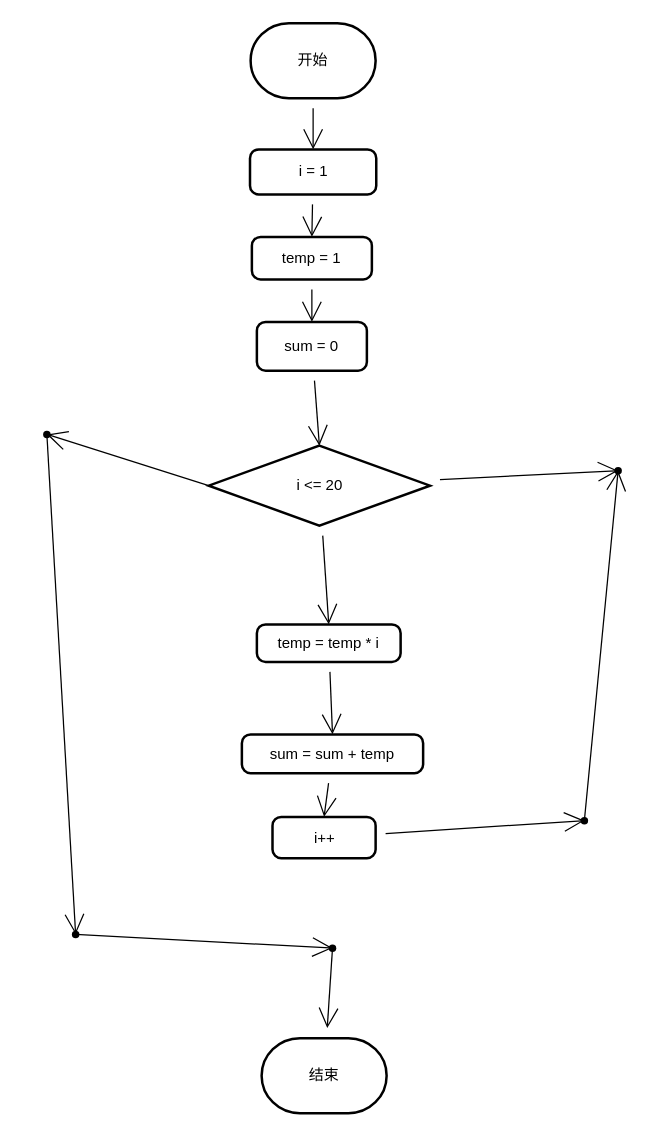
The draw.io diagram 未命名绘图.drawio.xml in SunRt233/MCSM, before the edit. Source tidied: cells renumbered, new cells numbered last; positions are measured from the earlier drawing's top-left corner, leaving out a move shared by most shapes. Both pictures are drawn from the tidied source at 125%, with x=0, y=0 at pixel (21, 22).
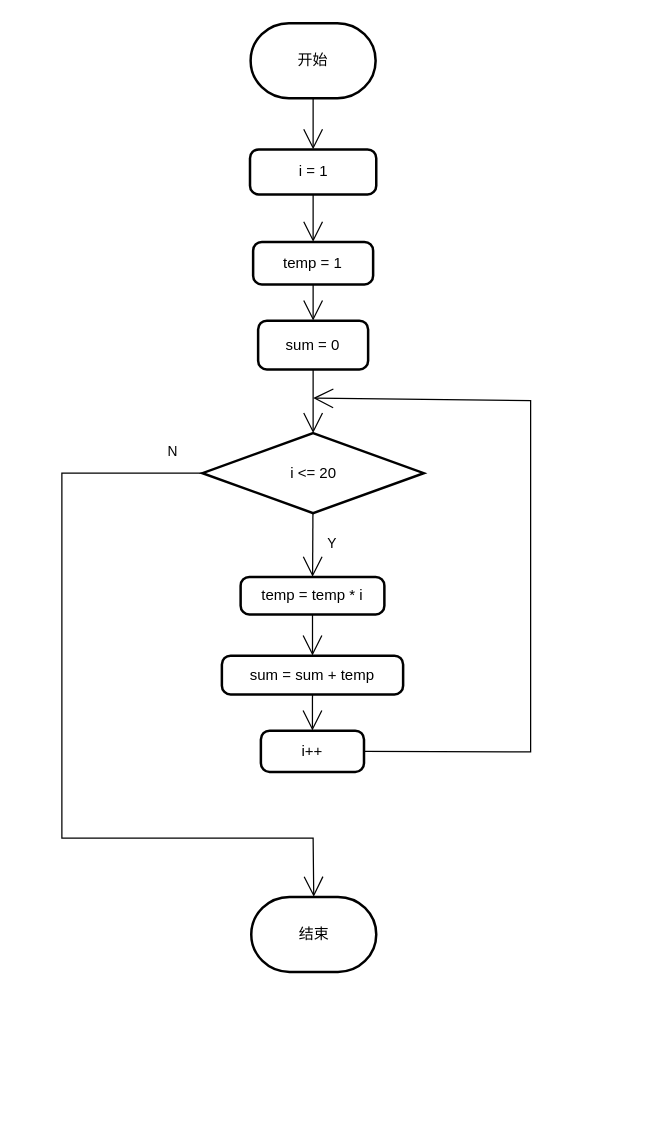
After the change.

Commit message:
更新未命名绘图.drawio.xml

The change refers to these unchanged cells:
```xml
<mxCell id="3" value="开始" style="strokeWidth=2;html=1;shape=mxgraph.flowchart.terminator;whiteSpace=wrap;hachureGap=4;" parent="1" vertex="1">
  <mxGeometry x="183" width="100" height="60" as="geometry" />
</mxCell>
<mxCell id="6" value="i = 1" style="rounded=1;whiteSpace=wrap;html=1;absoluteArcSize=1;arcSize=14;strokeWidth=2;hachureGap=4;" parent="1" vertex="1">
  <mxGeometry x="182.5" y="101" width="101" height="36" as="geometry" />
</mxCell>
```

Diff of the diagram source:
```diff
@@
-    <mxCell id="2" style="edgeStyle=none;curved=1;rounded=0;jettySize=auto;html=1;entryX=0.5;entryY=0;entryDx=0;entryDy=0;endArrow=open;startSize=14;endSize=14;sourcePerimeterSpacing=8;targetPerimeterSpacing=8;" parent="1" edge="1" source="3" target="6">
+    <mxCell id="2" style="edgeStyle=none;rounded=0;jettySize=auto;html=1;entryX=0.5;entryY=0;entryDx=0;entryDy=0;endArrow=open;startSize=14;endSize=14;sourcePerimeterSpacing=0;targetPerimeterSpacing=0;" parent="1" edge="1" source="3" target="6">
       <mxGeometry relative="1" as="geometry" />
     </mxCell>
@@
     <mxCell id="4" value="结束" style="strokeWidth=2;html=1;shape=mxgraph.flowchart.terminator;whiteSpace=wrap;hachureGap=4;" parent="1" vertex="1">
-      <mxGeometry x="191.8" y="812" width="100" height="60" as="geometry" />
+      <mxGeometry x="183.5" y="699" width="100" height="60" as="geometry" />
     </mxCell>
-    <mxCell id="5" style="edgeStyle=none;curved=1;rounded=0;jettySize=auto;html=1;entryX=0.5;entryY=0;entryDx=0;entryDy=0;endArrow=open;startSize=14;endSize=14;sourcePerimeterSpacing=8;targetPerimeterSpacing=8;" parent="1" edge="1" source="6" target="8">
+    <mxCell id="5" style="edgeStyle=none;rounded=0;jettySize=auto;html=1;entryX=0.5;entryY=0;entryDx=0;entryDy=0;endArrow=open;startSize=14;endSize=14;sourcePerimeterSpacing=0;targetPerimeterSpacing=0;" parent="1" edge="1" source="6" target="8">
       <mxGeometry relative="1" as="geometry" />
     </mxCell>
@@
-    <mxCell id="7" style="edgeStyle=none;curved=1;rounded=0;jettySize=auto;html=1;entryX=0.5;entryY=0;entryDx=0;entryDy=0;endArrow=open;startSize=14;endSize=14;sourcePerimeterSpacing=8;targetPerimeterSpacing=8;" parent="1" edge="1" source="8" target="12">
+    <mxCell id="7" style="edgeStyle=none;shape=connector;rounded=0;jettySize=auto;html=1;labelBackgroundColor=default;strokeColor=default;fontFamily=Helvetica;fontSize=11;fontColor=default;endArrow=open;startSize=14;endSize=14;sourcePerimeterSpacing=0;targetPerimeterSpacing=0;" parent="1" edge="1" source="8" target="12">
       <mxGeometry relative="1" as="geometry" />
     </mxCell>
     <mxCell id="8" value="temp = 1" style="rounded=1;whiteSpace=wrap;html=1;absoluteArcSize=1;arcSize=14;strokeWidth=2;hachureGap=4;" parent="1" vertex="1">
-      <mxGeometry x="184" y="171" width="96" height="34" as="geometry" />
+      <mxGeometry x="185" y="175" width="96" height="34" as="geometry" />
     </mxCell>
-    <mxCell id="9" style="edgeStyle=none;curved=1;rounded=0;jettySize=auto;html=1;entryX=0.5;entryY=0;entryDx=0;entryDy=0;endArrow=open;startSize=14;endSize=14;sourcePerimeterSpacing=8;targetPerimeterSpacing=8;" parent="1" edge="1" source="10" target="20">
+    <mxCell id="9" style="edgeStyle=none;shape=connector;rounded=0;jettySize=auto;html=1;entryX=0.5;entryY=0;entryDx=0;entryDy=0;labelBackgroundColor=default;strokeColor=default;fontFamily=Helvetica;fontSize=11;fontColor=default;endArrow=open;startSize=14;endSize=14;sourcePerimeterSpacing=0;targetPerimeterSpacing=0;" parent="1" edge="1" source="10" target="20">
       <mxGeometry relative="1" as="geometry" />
     </mxCell>
     <mxCell id="10" value="sum = sum + temp" style="rounded=1;whiteSpace=wrap;html=1;absoluteArcSize=1;arcSize=14;strokeWidth=2;hachureGap=4;" parent="1" vertex="1">
-      <mxGeometry x="176" y="569" width="145" height="31" as="geometry" />
+      <mxGeometry x="160" y="506" width="145" height="31" as="geometry" />
     </mxCell>
-    <mxCell id="11" style="edgeStyle=none;curved=1;rounded=0;jettySize=auto;html=1;entryX=0.5;entryY=0;entryDx=0;entryDy=0;entryPerimeter=0;endArrow=open;startSize=14;endSize=14;sourcePerimeterSpacing=8;targetPerimeterSpacing=8;" parent="1" edge="1" source="12" target="18">
+    <mxCell id="11" style="edgeStyle=none;shape=connector;rounded=0;jettySize=auto;html=1;entryX=0.5;entryY=0;entryDx=0;entryDy=0;entryPerimeter=0;labelBackgroundColor=default;strokeColor=default;fontFamily=Helvetica;fontSize=11;fontColor=default;endArrow=open;startSize=14;endSize=14;sourcePerimeterSpacing=0;targetPerimeterSpacing=0;" parent="1" edge="1" source="12" target="18">
       <mxGeometry relative="1" as="geometry" />
     </mxCell>
     <mxCell id="12" value="sum = 0" style="rounded=1;whiteSpace=wrap;html=1;absoluteArcSize=1;arcSize=14;strokeWidth=2;hachureGap=4;" parent="1" vertex="1">
-      <mxGeometry x="188" y="239" width="88" height="39" as="geometry" />
+      <mxGeometry x="189" y="238" width="88" height="39" as="geometry" />
     </mxCell>
-    <mxCell id="13" style="edgeStyle=none;curved=1;rounded=0;jettySize=auto;html=1;entryX=0.5;entryY=0;entryDx=0;entryDy=0;endArrow=open;startSize=14;endSize=14;sourcePerimeterSpacing=8;targetPerimeterSpacing=8;" parent="1" edge="1" source="14" target="10">
+    <mxCell id="13" style="edgeStyle=none;shape=connector;rounded=0;jettySize=auto;html=1;entryX=0.5;entryY=0;entryDx=0;entryDy=0;labelBackgroundColor=default;strokeColor=default;fontFamily=Helvetica;fontSize=11;fontColor=default;endArrow=open;startSize=14;endSize=14;sourcePerimeterSpacing=0;targetPerimeterSpacing=0;" parent="1" edge="1" source="14" target="10">
       <mxGeometry relative="1" as="geometry" />
     </mxCell>
     <mxCell id="14" value="temp = temp * i" style="rounded=1;whiteSpace=wrap;html=1;absoluteArcSize=1;arcSize=14;strokeWidth=2;hachureGap=4;" parent="1" vertex="1">
-      <mxGeometry x="188" y="481" width="115" height="30" as="geometry" />
+      <mxGeometry x="175" y="443" width="115" height="30" as="geometry" />
     </mxCell>
-    <mxCell id="15" style="edgeStyle=none;curved=1;rounded=0;jettySize=auto;html=1;entryX=0.5;entryY=0;entryDx=0;entryDy=0;endArrow=open;startSize=14;endSize=14;sourcePerimeterSpacing=8;targetPerimeterSpacing=8;" parent="1" edge="1" source="18" target="14">
+    <mxCell id="15" style="edgeStyle=none;shape=connector;rounded=0;jettySize=auto;html=1;labelBackgroundColor=default;strokeColor=default;fontFamily=Helvetica;fontSize=11;fontColor=default;endArrow=open;startSize=14;endSize=14;sourcePerimeterSpacing=0;targetPerimeterSpacing=0;" parent="1" edge="1" source="18" target="14">
       <mxGeometry relative="1" as="geometry" />
     </mxCell>
-    <mxCell id="16" style="edgeStyle=none;curved=1;rounded=0;jettySize=auto;html=1;entryX=0.472;entryY=0.8;entryDx=0;entryDy=0;entryPerimeter=0;endArrow=open;startSize=14;endSize=14;sourcePerimeterSpacing=8;targetPerimeterSpacing=8;" parent="1" edge="1" source="18" target="25">
-      <mxGeometry relative="1" as="geometry" />
-    </mxCell>
-    <mxCell id="17" style="edgeStyle=none;curved=1;rounded=0;jettySize=auto;html=1;entryX=0.195;entryY=0.943;entryDx=0;entryDy=0;entryPerimeter=0;endArrow=open;startSize=14;endSize=14;sourcePerimeterSpacing=8;targetPerimeterSpacing=8;exitX=0;exitY=0.5;exitDx=0;exitDy=0;exitPerimeter=0;" parent="1" edge="1" source="18" target="27">
-      <mxGeometry relative="1" as="geometry" />
-    </mxCell>
+    <mxCell id="30" style="edgeStyle=none;shape=connector;rounded=0;jettySize=auto;html=1;labelBackgroundColor=default;strokeColor=default;fontFamily=Helvetica;fontSize=11;fontColor=default;endArrow=open;startSize=14;endSize=14;sourcePerimeterSpacing=0;targetPerimeterSpacing=0;entryX=0.5;entryY=0;entryDx=0;entryDy=0;entryPerimeter=0;" parent="1" edge="1" source="18" target="4">
+      <mxGeometry relative="1" as="geometry">
+        <Array as="points">
+          <mxPoint x="32" y="360" />
+          <mxPoint x="32" y="652" />
+          <mxPoint x="233" y="652" />
+        </Array>
+      </mxGeometry>
+    </mxCell>
     <mxCell id="18" value="i &amp;lt;= 20" style="strokeWidth=2;html=1;shape=mxgraph.flowchart.decision;whiteSpace=wrap;hachureGap=4;" parent="1" vertex="1">
-      <mxGeometry x="149.5" y="338" width="177" height="64" as="geometry" />
+      <mxGeometry x="144.5" y="328" width="177" height="64" as="geometry" />
     </mxCell>
-    <mxCell id="19" style="edgeStyle=none;curved=1;rounded=0;jettySize=auto;html=1;entryX=0.951;entryY=0.112;entryDx=0;entryDy=0;entryPerimeter=0;endArrow=open;startSize=14;endSize=14;sourcePerimeterSpacing=8;targetPerimeterSpacing=8;" parent="1" edge="1" source="20" target="24">
-      <mxGeometry relative="1" as="geometry" />
-    </mxCell>
+    <mxCell id="31" style="edgeStyle=none;shape=connector;rounded=0;jettySize=auto;html=1;labelBackgroundColor=default;strokeColor=default;fontFamily=Helvetica;fontSize=11;fontColor=default;endArrow=open;startSize=14;endSize=14;sourcePerimeterSpacing=0;targetPerimeterSpacing=0;" parent="1" edge="1" source="20">
+      <mxGeometry relative="1" as="geometry">
+        <mxPoint x="233" y="300" as="targetPoint" />
+        <Array as="points">
+          <mxPoint x="407" y="583" />
+          <mxPoint x="407" y="302" />
+        </Array>
+      </mxGeometry>
+    </mxCell>
     <mxCell id="20" value="i++" style="rounded=1;whiteSpace=wrap;html=1;absoluteArcSize=1;arcSize=14;strokeWidth=2;hachureGap=4;" parent="1" vertex="1">
-      <mxGeometry x="200.5" y="635" width="82.5" height="33" as="geometry" />
+      <mxGeometry x="191.2" y="566" width="82.5" height="33" as="geometry" />
     </mxCell>
-    <mxCell id="21" style="edgeStyle=none;curved=1;rounded=0;jettySize=auto;html=1;entryX=0.946;entryY=0.277;entryDx=0;entryDy=0;entryPerimeter=0;endArrow=open;startSize=14;endSize=14;sourcePerimeterSpacing=8;targetPerimeterSpacing=8;" parent="1" edge="1" source="22" target="29">
-      <mxGeometry relative="1" as="geometry" />
-    </mxCell>
-    <mxCell id="22" style="shape=waypoint;sketch=0;fillStyle=solid;size=6;points=[];fillColor=none;perimeter=centerPerimeter;snapToPoint=1;hachureGap=4;" parent="1" vertex="1">
-      <mxGeometry x="23" y="709" width="40" height="40" as="geometry" />
-    </mxCell>
-    <mxCell id="23" style="edgeStyle=none;curved=1;rounded=0;jettySize=auto;html=1;entryX=0.805;entryY=0.612;entryDx=0;entryDy=0;entryPerimeter=0;endArrow=open;startSize=14;endSize=14;sourcePerimeterSpacing=8;targetPerimeterSpacing=8;" parent="1" edge="1" source="24" target="25">
-      <mxGeometry relative="1" as="geometry" />
-    </mxCell>
-    <mxCell id="24" style="shape=waypoint;sketch=0;fillStyle=solid;size=6;points=[];fillColor=none;perimeter=centerPerimeter;snapToPoint=1;hachureGap=4;" parent="1" vertex="1">
-      <mxGeometry x="430" y="618" width="40" height="40" as="geometry" />
-    </mxCell>
-    <mxCell id="25" style="shape=waypoint;sketch=0;fillStyle=solid;size=6;points=[];fillColor=none;perimeter=centerPerimeter;snapToPoint=1;hachureGap=4;" parent="1" vertex="1">
-      <mxGeometry x="457" y="338" width="40" height="40" as="geometry" />
-    </mxCell>
-    <mxCell id="26" style="edgeStyle=none;curved=1;rounded=0;jettySize=auto;html=1;endArrow=open;startSize=14;endSize=14;sourcePerimeterSpacing=8;targetPerimeterSpacing=8;entryX=0.725;entryY=0.2;entryDx=0;entryDy=0;entryPerimeter=0;" parent="1" edge="1" source="27" target="22">
-      <mxGeometry relative="1" as="geometry" />
-    </mxCell>
-    <mxCell id="27" style="shape=waypoint;sketch=0;fillStyle=solid;size=6;points=[];fillColor=none;perimeter=centerPerimeter;snapToPoint=1;hachureGap=4;" parent="1" vertex="1">
-      <mxGeometry y="309" width="40" height="40" as="geometry" />
-    </mxCell>
-    <mxCell id="28" style="edgeStyle=none;curved=1;rounded=0;jettySize=auto;html=1;endArrow=open;startSize=14;endSize=14;sourcePerimeterSpacing=8;targetPerimeterSpacing=8;" parent="1" edge="1" source="29" target="4">
-      <mxGeometry relative="1" as="geometry" />
-    </mxCell>
-    <mxCell id="29" style="shape=waypoint;sketch=0;fillStyle=solid;size=6;points=[];fillColor=none;perimeter=centerPerimeter;snapToPoint=1;hachureGap=4;" parent="1" vertex="1">
-      <mxGeometry x="228.5" y="720" width="40" height="40" as="geometry" />
-    </mxCell>
+    <mxCell id="32" value="Y" style="text;html=1;strokeColor=none;fillColor=none;align=center;verticalAlign=middle;whiteSpace=wrap;rounded=0;fontFamily=Helvetica;fontSize=11;fontColor=default;" parent="1" vertex="1">
+      <mxGeometry x="233" y="401" width="31" height="30" as="geometry" />
+    </mxCell>
+    <mxCell id="33" value="N" style="text;html=1;strokeColor=none;fillColor=none;align=center;verticalAlign=middle;whiteSpace=wrap;rounded=0;fontFamily=Helvetica;fontSize=11;fontColor=default;" parent="1" vertex="1">
+      <mxGeometry x="106" y="328" width="30" height="30" as="geometry" />
+    </mxCell>
```
